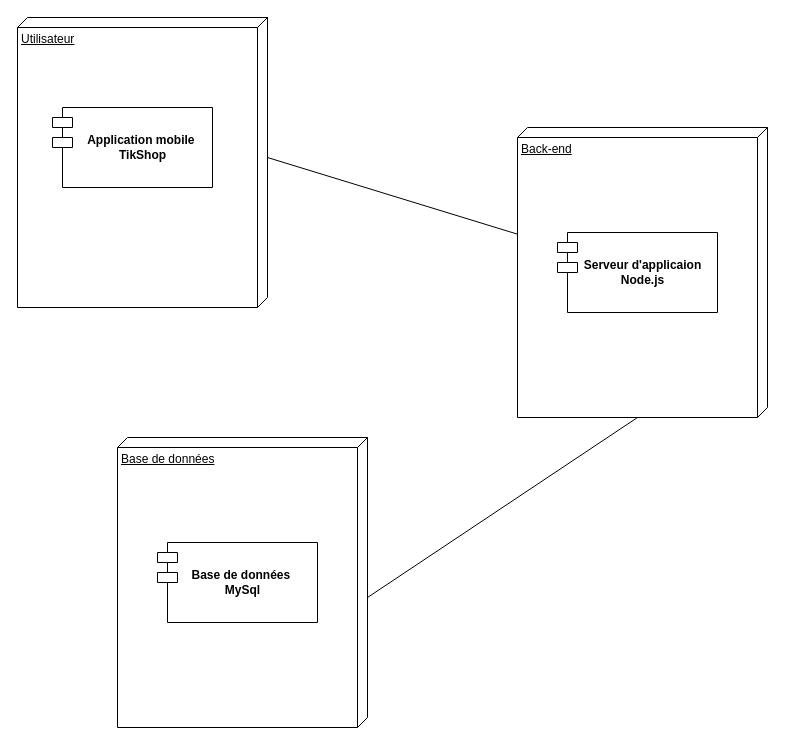
This is page "Déploiement" (6 of 7) of TIkShopDataBase.drawio from Bryann-coder/FlashShop, a draw.io file, before an edit. Source tidied: cells renumbered, new cells numbered last; positions are measured from the earlier drawing's top-left corner, leaving out a move shared by most shapes. Both pictures are drawn from the tidied source at 100%, with x=0, y=0 at pixel (17, 17).
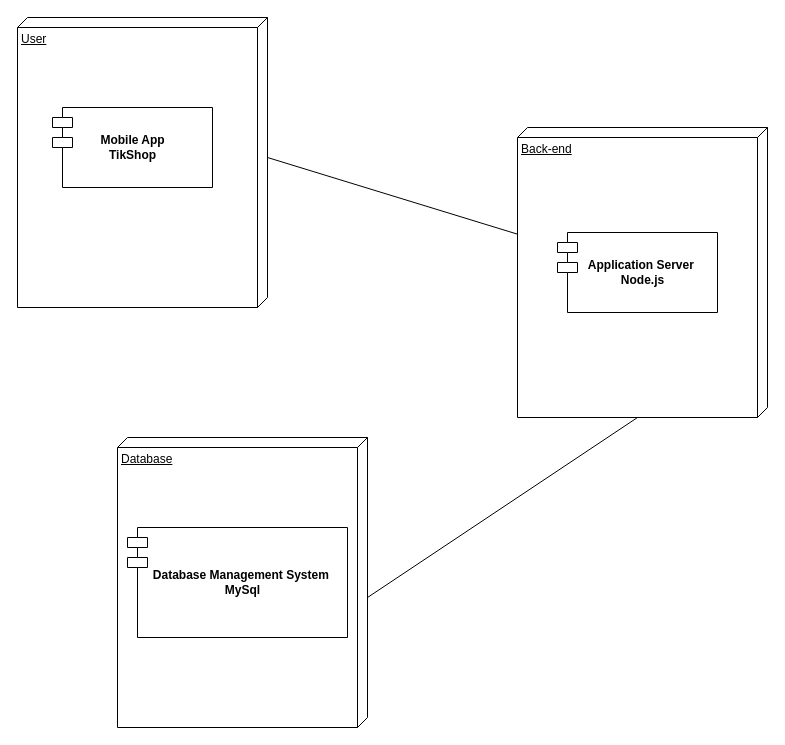
The same diagram, later.

What changed in the source:
```diff
@@
 <mxGraphModel>
   <root>
     <mxCell id="0" />
     <mxCell id="1" parent="0" />
-    <mxCell id="2" value="Utilisateur" style="verticalAlign=top;align=left;spacingTop=8;spacingLeft=2;spacingRight=12;shape=cube;size=10;direction=south;fontStyle=4;html=1;whiteSpace=wrap;" parent="1" vertex="1">
+    <mxCell id="2" value="User" style="verticalAlign=top;align=left;spacingTop=8;spacingLeft=2;spacingRight=12;shape=cube;size=10;direction=south;fontStyle=4;html=1;whiteSpace=wrap;" parent="1" vertex="1">
       <mxGeometry width="250" height="290" as="geometry" />
     </mxCell>
     <mxCell id="3" style="shape=module;align=left;spacingLeft=20;align=center;verticalAlign=top;whiteSpace=wrap;html=1;" parent="1" vertex="1">
       <mxGeometry x="35" y="90" width="160" height="80" as="geometry" />
     </mxCell>
-    <mxCell id="4" value="Application mobile&amp;nbsp;&lt;div&gt;TikShop&lt;/div&gt;" style="text;align=center;fontStyle=1;verticalAlign=middle;spacingLeft=3;spacingRight=3;strokeColor=none;html=1;" parent="1" vertex="1">
-      <mxGeometry x="85" y="110" width="80" height="40" as="geometry" />
+    <mxCell id="4" value="Mobile App&lt;div&gt;TikShop&lt;/div&gt;" style="text;align=center;fontStyle=1;verticalAlign=middle;spacingLeft=3;spacingRight=3;strokeColor=none;html=1;" parent="1" vertex="1">
+      <mxGeometry x="72.5" y="110" width="85" height="40" as="geometry" />
     </mxCell>
     <mxCell id="5" value="Back-end" style="verticalAlign=top;align=left;spacingTop=8;spacingLeft=2;spacingRight=12;shape=cube;size=10;direction=south;fontStyle=4;html=1;whiteSpace=wrap;" parent="1" vertex="1">
       <mxGeometry x="500" y="110" width="250" height="290" as="geometry" />
     </mxCell>
     <mxCell id="6" style="shape=module;align=left;spacingLeft=20;align=center;verticalAlign=top;whiteSpace=wrap;html=1;" parent="1" vertex="1">
       <mxGeometry x="540" y="215" width="160" height="80" as="geometry" />
     </mxCell>
-    <mxCell id="7" value="Serveur d'applicaion&lt;div&gt;Node.js&lt;/div&gt;" style="text;align=center;fontStyle=1;verticalAlign=middle;spacingLeft=3;spacingRight=3;strokeColor=none;html=1;" parent="1" vertex="1">
+    <mxCell id="7" value="&lt;div&gt;Application Server&amp;nbsp;&lt;/div&gt;&lt;div&gt;Node.js&lt;/div&gt;" style="text;align=center;fontStyle=1;verticalAlign=middle;spacingLeft=3;spacingRight=3;strokeColor=none;html=1;" parent="1" vertex="1">
       <mxGeometry x="585" y="235" width="80" height="40" as="geometry" />
     </mxCell>
-    <mxCell id="8" value="Base de données" style="verticalAlign=top;align=left;spacingTop=8;spacingLeft=2;spacingRight=12;shape=cube;size=10;direction=south;fontStyle=4;html=1;whiteSpace=wrap;" parent="1" vertex="1">
+    <mxCell id="8" value="Database" style="verticalAlign=top;align=left;spacingTop=8;spacingLeft=2;spacingRight=12;shape=cube;size=10;direction=south;fontStyle=4;html=1;whiteSpace=wrap;" parent="1" vertex="1">
       <mxGeometry x="100" y="420" width="250" height="290" as="geometry" />
     </mxCell>
     <mxCell id="9" style="shape=module;align=left;spacingLeft=20;align=center;verticalAlign=top;whiteSpace=wrap;html=1;" parent="1" vertex="1">
-      <mxGeometry x="140" y="525" width="160" height="80" as="geometry" />
+      <mxGeometry x="110" y="510" width="220" height="110" as="geometry" />
     </mxCell>
-    <mxCell id="10" value="Base de données&amp;nbsp;&lt;div&gt;MySql&lt;/div&gt;" style="text;align=center;fontStyle=1;verticalAlign=middle;spacingLeft=3;spacingRight=3;strokeColor=none;html=1;" parent="1" vertex="1">
+    <mxCell id="10" value="&lt;div&gt;Database Management System&amp;nbsp;&lt;/div&gt;&lt;div&gt;MySql&lt;/div&gt;" style="text;align=center;fontStyle=1;verticalAlign=middle;spacingLeft=3;spacingRight=3;strokeColor=none;html=1;" parent="1" vertex="1">
       <mxGeometry x="185" y="545" width="80" height="40" as="geometry" />
     </mxCell>
     <mxCell id="11" style="endArrow=none;html=1;rounded=0;exitX=0;exitY=0;exitDx=140;exitDy=0;exitPerimeter=0;" parent="1" edge="1" source="2" target="5">
       <mxGeometry relative="1" as="geometry" />
     </mxCell>
     <mxCell id="12" style="endArrow=none;html=1;rounded=0;entryX=0;entryY=0;entryDx=290;entryDy=130;entryPerimeter=0;" parent="1" edge="1" target="5">
       <mxGeometry relative="1" as="geometry">
         <mxPoint x="350" y="580" as="sourcePoint" />
       </mxGeometry>
     </mxCell>
   </root>
 </mxGraphModel>
```
